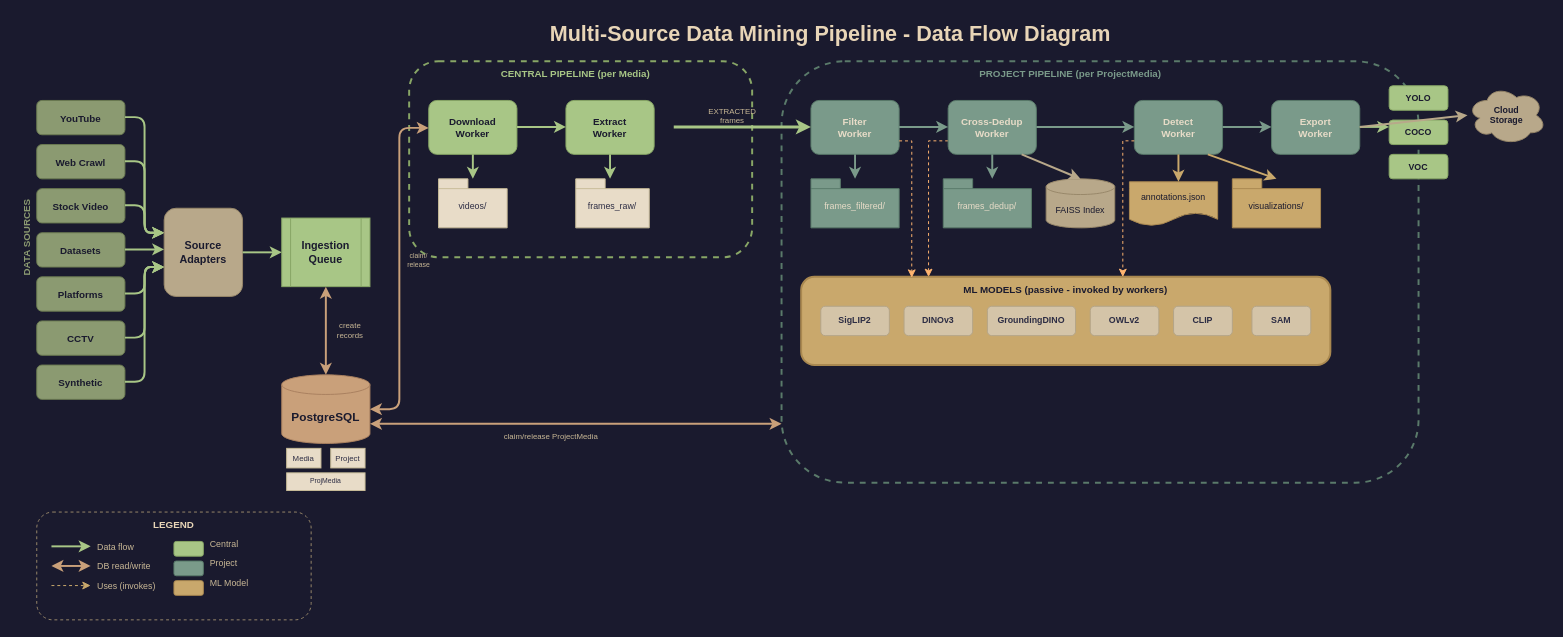
The draw.io diagram docs/diagrams/data_miner_dataflow.drawio in MVPavan/data-miner, before the edit. Source tidied: cells renumbered, new cells numbered last; positions are measured from the earlier drawing's top-left corner, leaving out a move shared by most shapes. Both pictures are drawn from the tidied source at 98%, with x=0, y=0 at pixel (-23, 17).
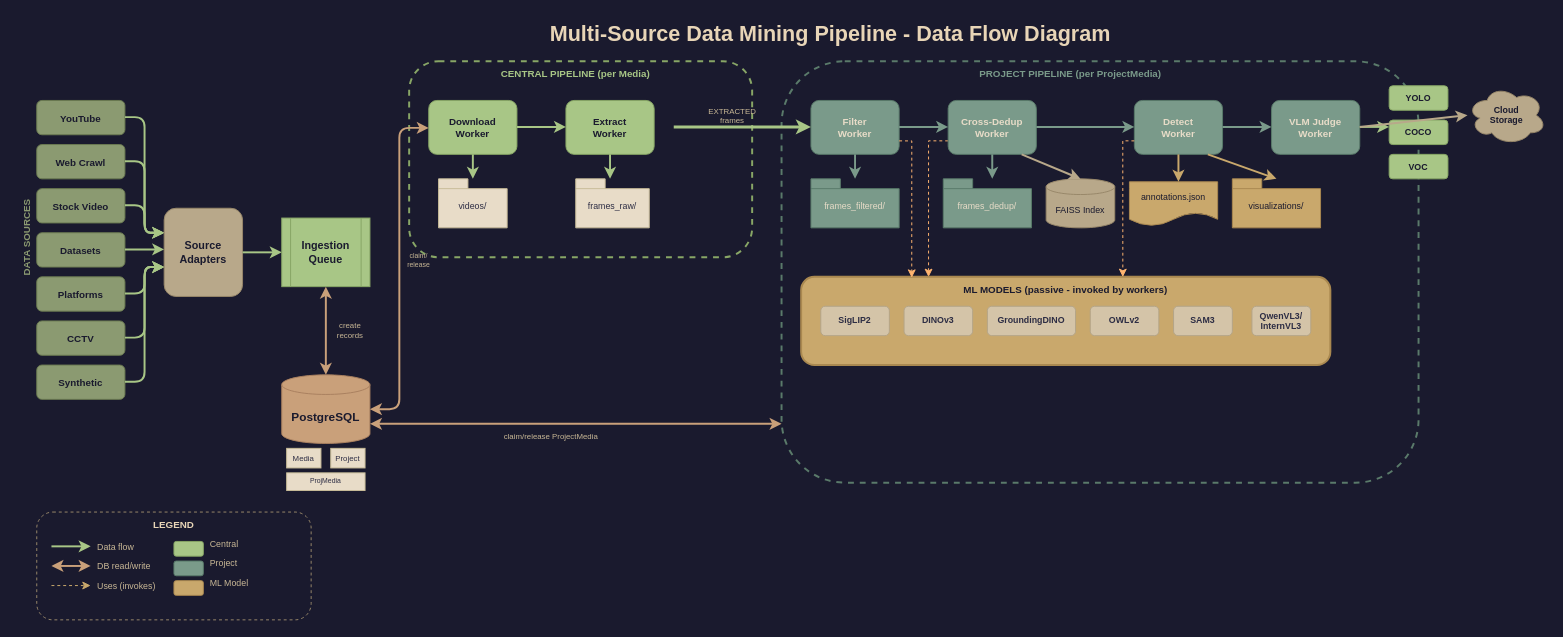
After the change.

The edit, as a diff of the source:
```diff
@@
-    <mxCell id="49" value="Export&#10;Worker" style="rounded=1;whiteSpace=wrap;fillColor=#7a9a8a;strokeColor=#5a7a6a;fontSize=10;align=center;verticalAlign=middle;fontColor=#e8dcc8;fontStyle=1;" parent="1" vertex="1">
+    <mxCell id="49" value="VLM Judge&#10;Worker" style="rounded=1;whiteSpace=wrap;fillColor=#7a9a8a;strokeColor=#5a7a6a;fontSize=10;align=center;verticalAlign=middle;fontColor=#e8dcc8;fontStyle=1;" parent="1" vertex="1">
       <mxGeometry x="1320" y="85" width="90" height="55" as="geometry" />
     </mxCell>
@@
-    <mxCell id="66" value="CLIP" style="rounded=1;whiteSpace=wrap;fillColor=#d4c4a8;strokeColor=#b4a488;fontSize=9;align=center;verticalAlign=middle;fontColor=#2d2d44;fontStyle=1;" parent="1" vertex="1">
+    <mxCell id="66" value="SAM3" style="rounded=1;whiteSpace=wrap;fillColor=#d4c4a8;strokeColor=#b4a488;fontSize=9;align=center;verticalAlign=middle;fontColor=#2d2d44;fontStyle=1;" parent="1" vertex="1">
       <mxGeometry x="1220" y="295" width="60" height="30" as="geometry" />
     </mxCell>
-    <mxCell id="67" value="SAM" style="rounded=1;whiteSpace=wrap;fillColor=#d4c4a8;strokeColor=#b4a488;fontSize=9;align=center;verticalAlign=middle;fontColor=#2d2d44;fontStyle=1;" parent="1" vertex="1">
+    <mxCell id="67" value="QwenVL3/&#10;InternVL3" style="rounded=1;whiteSpace=wrap;fillColor=#d4c4a8;strokeColor=#b4a488;fontSize=9;align=center;verticalAlign=middle;fontColor=#2d2d44;fontStyle=1;" parent="1" vertex="1">
       <mxGeometry x="1300" y="295" width="60" height="30" as="geometry" />
     </mxCell>
```
